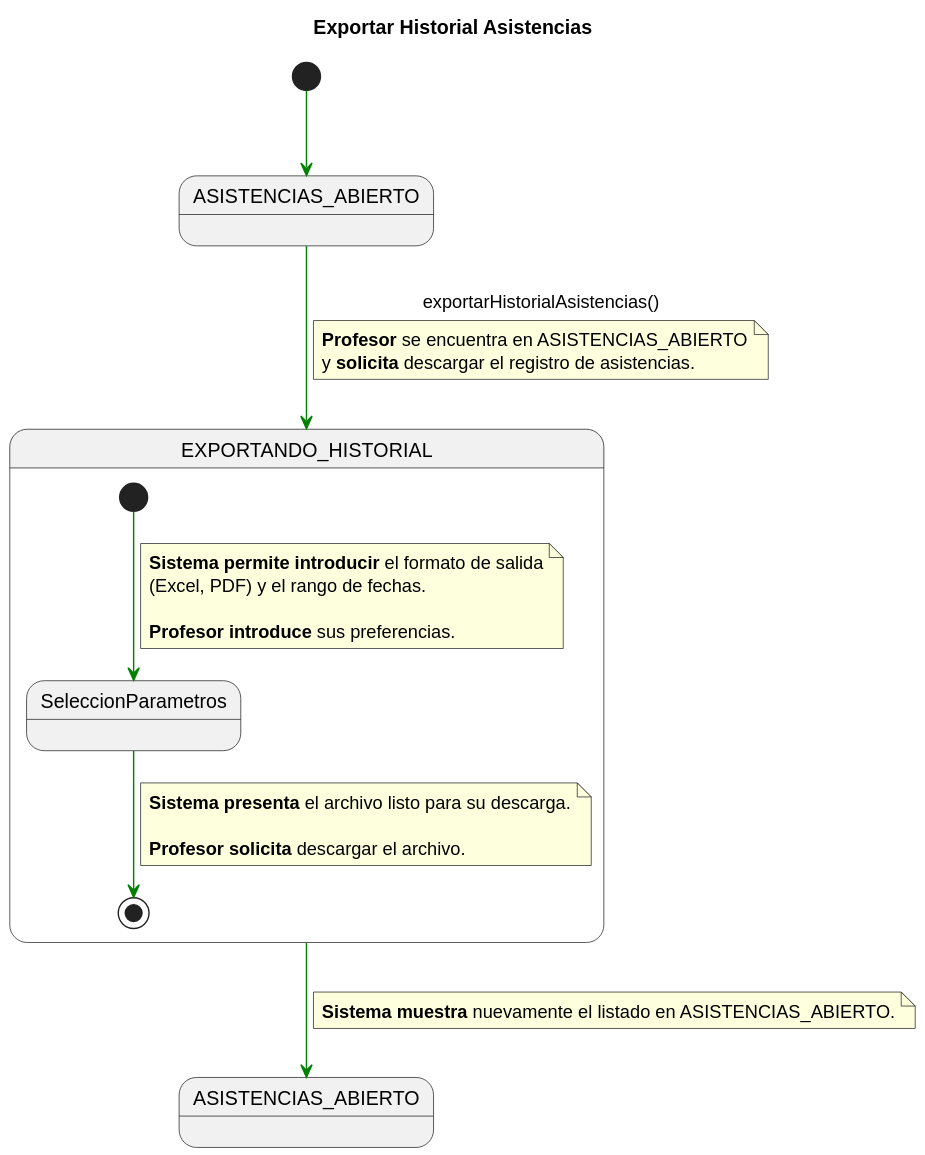
The PlantUML diagram documents/requisitado/02-detalle/Profesor/exportarHistorialAsistencias.svg in jerdier/25-26-idsw2-sdVC, before a commit.
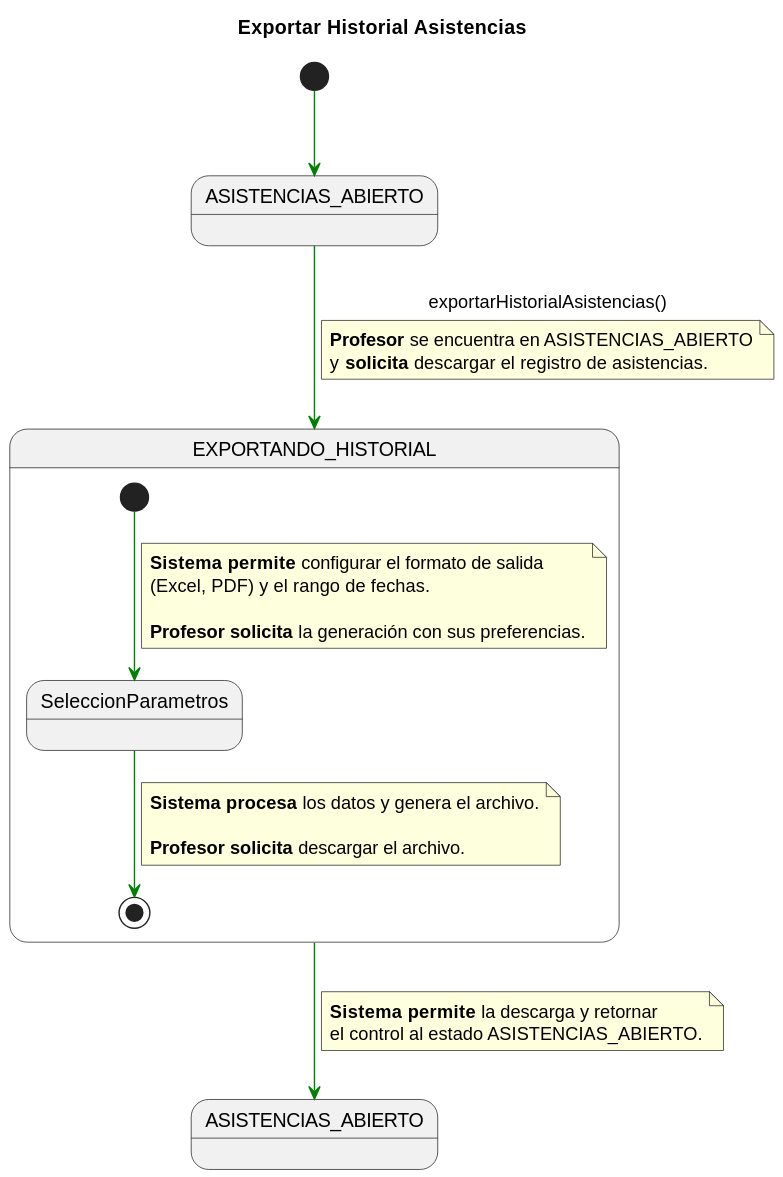
Later version of the same file.

Change to the diagram source:
```diff
@@ -20,15 +20,15 @@
 
     [*] -[#green]-> SeleccionParametros
     note on link
-    <b>Sistema permite introducir</b> el formato de salida
+    <b>Sistema permite</b> configurar el formato de salida
     (Excel, PDF) y el rango de fechas.
 
-    <b>Profesor introduce</b> sus preferencias.
+    <b>Profesor solicita</b> la generación con sus preferencias.
     end note
 
     SeleccionParametros -[#green]-> [*]
     note on link
-    <b>Sistema presenta</b> el archivo listo para su descarga.
+    <b>Sistema procesa</b> los datos y genera el archivo.
 
     <b>Profesor solicita</b> descargar el archivo.
     end note
@@ -36,6 +36,7 @@
 
 PROCESO_EXPORTACION_COMP -[#green]-> ASISTENCIAS_ABIERTO_FINAL
 note on link
-<b>Sistema muestra</b> nuevamente el listado en ASISTENCIAS_ABIERTO.
+<b>Sistema permite</b> la descarga y retornar
+el control al estado ASISTENCIAS_ABIERTO.
 end note
 @enduml
```
